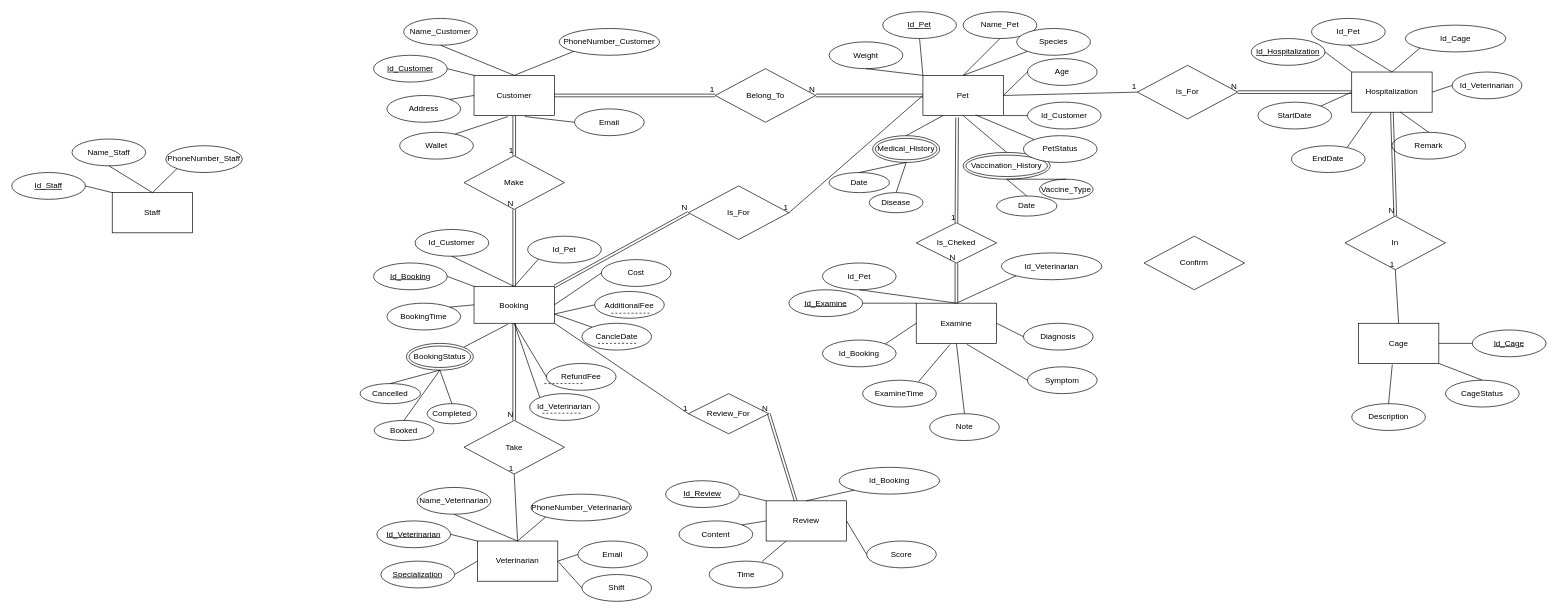
The draw.io diagram ERDOfProject.drawio in haq1904/PetHealthCareSystemProject, before the edit. Source tidied: cells renumbered, new cells numbered last; positions are measured from the earlier drawing's top-left corner, leaving out a move shared by most shapes. Both pictures are drawn from the tidied source at 67%, with x=0, y=0 at pixel (11, 11).
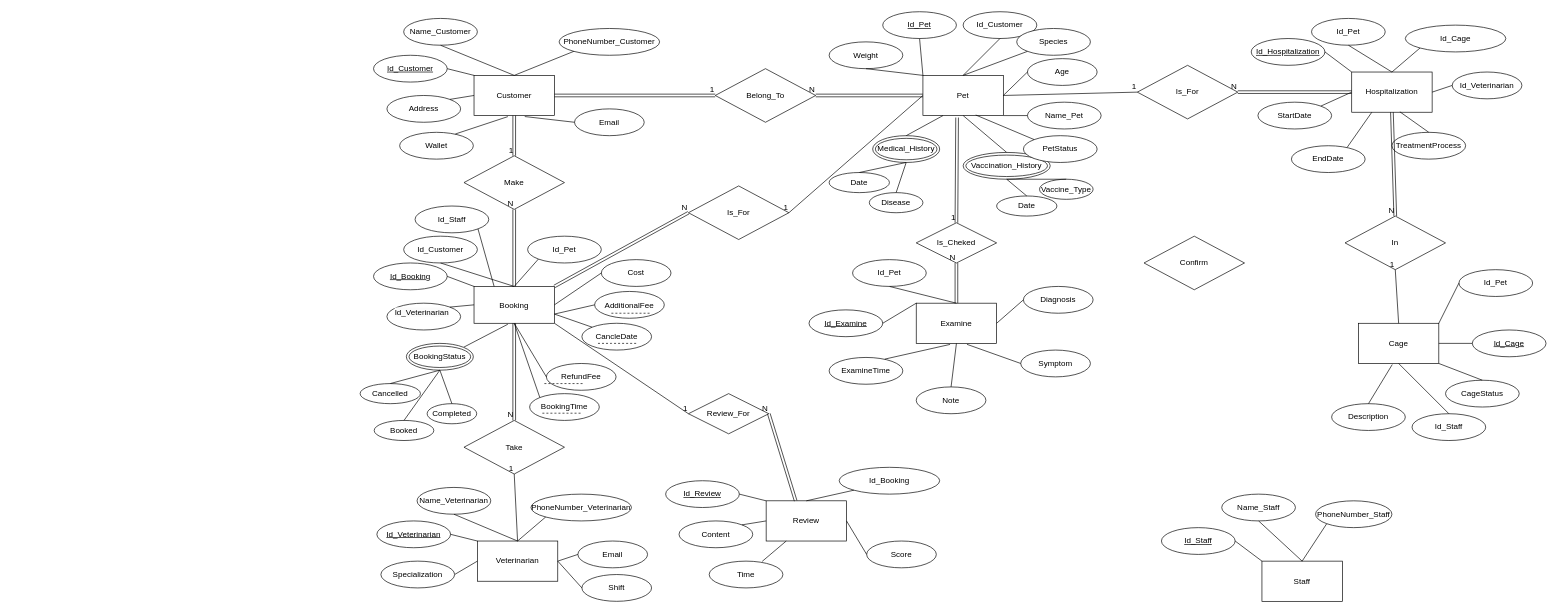
The same page after the edit.

Commit message:
Cập nhật ERDOfProject.drawio

The change refers to these unchanged cells:
```xml
<mxCell id="58" value="Booking" style="rounded=0;whiteSpace=wrap;html=1;" parent="1" vertex="1">
  <mxGeometry x="690" y="410" width="120" height="55" as="geometry" />
</mxCell>
<mxCell id="85" value="Cage" style="rounded=0;whiteSpace=wrap;html=1;" parent="1" vertex="1">
  <mxGeometry x="2010" y="465" width="120" height="60" as="geometry" />
</mxCell>
<mxCell id="143" value="Examine" style="rounded=0;whiteSpace=wrap;html=1;" parent="1" vertex="1">
  <mxGeometry x="1350" y="435" width="120" height="60" as="geometry" />
</mxCell>
```

Diff of the diagram source:
```diff
@@
-    <mxCell id="18" value="Name_Pet" style="ellipse;whiteSpace=wrap;html=1;" parent="1" vertex="1">
+    <mxCell id="18" value="Id_Customer" style="ellipse;whiteSpace=wrap;html=1;" parent="1" vertex="1">
       <mxGeometry x="1420" width="110" height="40" as="geometry" />
     </mxCell>
@@
-    <mxCell id="26" value="Id_Customer" style="ellipse;whiteSpace=wrap;html=1;" parent="1" vertex="1">
+    <mxCell id="26" value="Name_Pet" style="ellipse;whiteSpace=wrap;html=1;" parent="1" vertex="1">
       <mxGeometry x="1516" y="135" width="110" height="40" as="geometry" />
     </mxCell>
@@
     <mxCell id="40" value="Staff" style="rounded=0;whiteSpace=wrap;html=1;" parent="1" vertex="1">
-      <mxGeometry x="150" y="270" width="120" height="60" as="geometry" />
+      <mxGeometry x="1866" y="820" width="120" height="60" as="geometry" />
     </mxCell>
     <mxCell id="41" value="&lt;u&gt;Id_Staff&lt;/u&gt;" style="ellipse;whiteSpace=wrap;html=1;" parent="1" vertex="1">
-      <mxGeometry y="240" width="110" height="40" as="geometry" />
+      <mxGeometry x="1716" y="770" width="110" height="40" as="geometry" />
     </mxCell>
     <mxCell id="42" value="Name_Staff" style="ellipse;whiteSpace=wrap;html=1;" parent="1" vertex="1">
-      <mxGeometry x="90" y="190" width="110" height="40" as="geometry" />
+      <mxGeometry x="1806" y="720" width="110" height="40" as="geometry" />
     </mxCell>
     <mxCell id="43" value="PhoneNumber_Staff" style="ellipse;whiteSpace=wrap;html=1;" parent="1" vertex="1">
-      <mxGeometry x="230" y="200" width="114" height="40" as="geometry" />
+      <mxGeometry x="1946" y="730" width="114" height="40" as="geometry" />
     </mxCell>
@@
-    <mxCell id="57" value="&lt;u&gt;Specialization&lt;/u&gt;" style="ellipse;whiteSpace=wrap;html=1;" parent="1" vertex="1">
+    <mxCell id="57" value="Specialization" style="ellipse;whiteSpace=wrap;html=1;" parent="1" vertex="1">
       <mxGeometry x="551" y="820" width="110" height="40" as="geometry" />
     </mxCell>
@@
-    <mxCell id="60" value="BookingTime" style="ellipse;whiteSpace=wrap;html=1;" parent="1" vertex="1">
+    <mxCell id="60" style="ellipse;whiteSpace=wrap;html=1;" parent="1" vertex="1">
       <mxGeometry x="560" y="435" width="110" height="40" as="geometry" />
     </mxCell>
     <mxCell id="61" value="Id_Customer" style="ellipse;whiteSpace=wrap;html=1;" parent="1" vertex="1">
-      <mxGeometry x="602" y="325" width="110" height="40" as="geometry" />
+      <mxGeometry x="585" y="335" width="110" height="40" as="geometry" />
     </mxCell>
@@
     <mxCell id="88" value="Description" style="ellipse;whiteSpace=wrap;html=1;" parent="1" vertex="1">
-      <mxGeometry x="2000" y="585" width="110" height="40" as="geometry" />
+      <mxGeometry x="1970" y="585" width="110" height="40" as="geometry" />
     </mxCell>
@@
-    <mxCell id="105" value="Remark" style="ellipse;whiteSpace=wrap;html=1;" parent="1" vertex="1">
+    <mxCell id="105" value="TreatmentProcess" style="ellipse;whiteSpace=wrap;html=1;" parent="1" vertex="1">
       <mxGeometry x="2060" y="180" width="110" height="40" as="geometry" />
     </mxCell>
@@
     <mxCell id="144" value="&lt;u&gt;Id_Examine&lt;/u&gt;" style="ellipse;whiteSpace=wrap;html=1;" parent="1" vertex="1">
-      <mxGeometry x="1160" y="415" width="110" height="40" as="geometry" />
+      <mxGeometry x="1190" y="445" width="110" height="40" as="geometry" />
     </mxCell>
-    <mxCell id="145" value="Id_Booking" style="ellipse;whiteSpace=wrap;html=1;" parent="1" vertex="1">
-      <mxGeometry x="1210" y="490" width="110" height="40" as="geometry" />
-    </mxCell>
     <mxCell id="146" value="Id_Pet" style="ellipse;whiteSpace=wrap;html=1;" parent="1" vertex="1">
-      <mxGeometry x="1210" y="375" width="110" height="40" as="geometry" />
+      <mxGeometry x="1255" y="370" width="110" height="40" as="geometry" />
     </mxCell>
-    <mxCell id="147" value="Id_Veterinarian" style="ellipse;whiteSpace=wrap;html=1;" parent="1" vertex="1">
-      <mxGeometry x="1477" y="360" width="150" height="40" as="geometry" />
-    </mxCell>
     <mxCell id="148" value="Symptom" style="ellipse;whiteSpace=wrap;html=1;" parent="1" vertex="1">
-      <mxGeometry x="1516" y="530" width="104" height="40" as="geometry" />
+      <mxGeometry x="1506" y="505" width="104" height="40" as="geometry" />
     </mxCell>
     <mxCell id="149" value="ExamineTime" style="ellipse;whiteSpace=wrap;html=1;" parent="1" vertex="1">
-      <mxGeometry x="1270" y="550" width="110" height="40" as="geometry" />
+      <mxGeometry x="1220" y="516" width="110" height="40" as="geometry" />
     </mxCell>
-    <mxCell id="150" style="endArrow=none;html=1;rounded=0;exitX=0.5;exitY=0;exitDx=0;exitDy=0;entryX=0;entryY=1;entryDx=0;entryDy=0;" parent="1" edge="1" source="143" target="147">
-      <mxGeometry relative="1" as="geometry" />
-    </mxCell>
@@
-    <mxCell id="154" style="endArrow=none;html=1;rounded=0;exitX=1;exitY=0;exitDx=0;exitDy=0;entryX=0;entryY=0.5;entryDx=0;entryDy=0;" parent="1" edge="1" source="145" target="143">
-      <mxGeometry relative="1" as="geometry" />
-    </mxCell>
@@
     <mxCell id="156" value="Diagnosis" style="ellipse;whiteSpace=wrap;html=1;" parent="1" vertex="1">
-      <mxGeometry x="1510" y="465" width="104" height="40" as="geometry" />
+      <mxGeometry x="1510" y="410" width="104" height="40" as="geometry" />
     </mxCell>
@@
     <mxCell id="158" value="Note" style="ellipse;whiteSpace=wrap;html=1;" parent="1" vertex="1">
-      <mxGeometry x="1370" y="600" width="104" height="40" as="geometry" />
+      <mxGeometry x="1350" y="560" width="104" height="40" as="geometry" />
     </mxCell>
@@
-    <mxCell id="171" value="Id_Veterinarian" style="ellipse;whiteSpace=wrap;html=1;" parent="1" vertex="1">
+    <mxCell id="171" value="BookingTime" style="ellipse;whiteSpace=wrap;html=1;" parent="1" vertex="1">
       <mxGeometry x="773" y="570" width="104" height="40" as="geometry" />
     </mxCell>
@@
+    <mxCell id="184" value="Id_Pet" style="ellipse;whiteSpace=wrap;html=1;" parent="1" vertex="1">
+      <mxGeometry x="2160" y="385" width="110" height="40" as="geometry" />
+    </mxCell>
+    <mxCell id="185" style="endArrow=none;html=1;rounded=0;entryX=1;entryY=0;entryDx=0;entryDy=0;exitX=0;exitY=0.5;exitDx=0;exitDy=0;" parent="1" edge="1" source="184" target="85">
+      <mxGeometry relative="1" as="geometry" />
+    </mxCell>
+    <mxCell id="186" value="Id_Staff" style="ellipse;whiteSpace=wrap;html=1;" parent="1" vertex="1">
+      <mxGeometry x="602" y="290" width="110" height="40" as="geometry" />
+    </mxCell>
+    <mxCell id="187" style="endArrow=none;html=1;rounded=0;entryX=0.25;entryY=0;entryDx=0;entryDy=0;exitX=1;exitY=1;exitDx=0;exitDy=0;" parent="1" edge="1" source="186" target="58">
+      <mxGeometry relative="1" as="geometry" />
+    </mxCell>
+    <mxCell id="188" value="Id_Staff" style="ellipse;whiteSpace=wrap;html=1;" parent="1" vertex="1">
+      <mxGeometry x="2090" y="600" width="110" height="40" as="geometry" />
+    </mxCell>
+    <mxCell id="189" style="endArrow=none;html=1;rounded=0;entryX=0.5;entryY=1;entryDx=0;entryDy=0;exitX=0.5;exitY=0;exitDx=0;exitDy=0;" parent="1" edge="1" source="188" target="85">
+      <mxGeometry relative="1" as="geometry" />
+    </mxCell>
+    <mxCell id="147" value="&lt;span style=&quot;color: rgb(0, 0, 0); font-family: Helvetica; font-size: 12px; font-style: normal; font-variant-ligatures: normal; font-variant-caps: normal; font-weight: 400; letter-spacing: normal; orphans: 2; text-align: center; text-indent: 0px; text-transform: none; widows: 2; word-spacing: 0px; -webkit-text-stroke-width: 0px; white-space: normal; background-color: rgb(251, 251, 251); text-decoration-thickness: initial; text-decoration-style: initial; text-decoration-color: initial; display: inline !important; float: none;&quot;&gt;Id_Veterinarian&lt;/span&gt;" style="text;whiteSpace=wrap;html=1;" parent="1" vertex="1">
+      <mxGeometry x="570" y="435" width="110" height="40" as="geometry" />
+    </mxCell>
```
